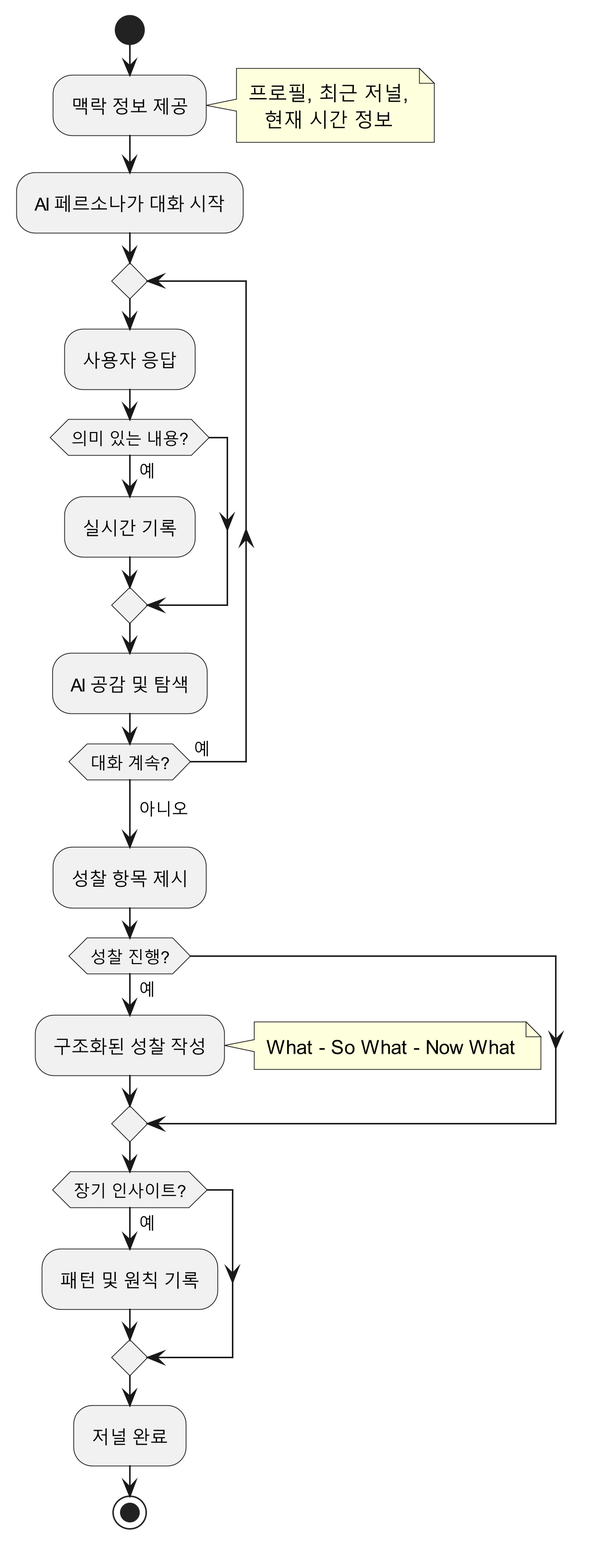
Earlier version of the PlantUML export docs/diagrams/out/journal-activity-diagram/journal-activity-diagram.png (hoetaek/reflective-conversational-journal). Its diagram source:
```plantuml
@startuml
skinparam defaultTextAlignment center
skinparam dpi 300
skinparam padding 2

start

:맥락 정보 제공;
note right
  프로필, 최근 저널,
  현재 시간 정보
end note

:AI 페르소나가 대화 시작;

repeat
  :사용자 응답;

  if (의미 있는 내용?) then (예)
    :실시간 기록;
  endif

  :AI 공감 및 탐색;

repeat while (대화 계속?) is (예)
->아니오;

:성찰 항목 제시;

if (성찰 진행?) then (예)
  :구조화된 성찰 작성;
  note right
    What - So What - Now What
  end note
endif

if (장기 인사이트?) then (예)
  :패턴 및 원칙 기록;
endif

:저널 완료;

stop

@enduml
```
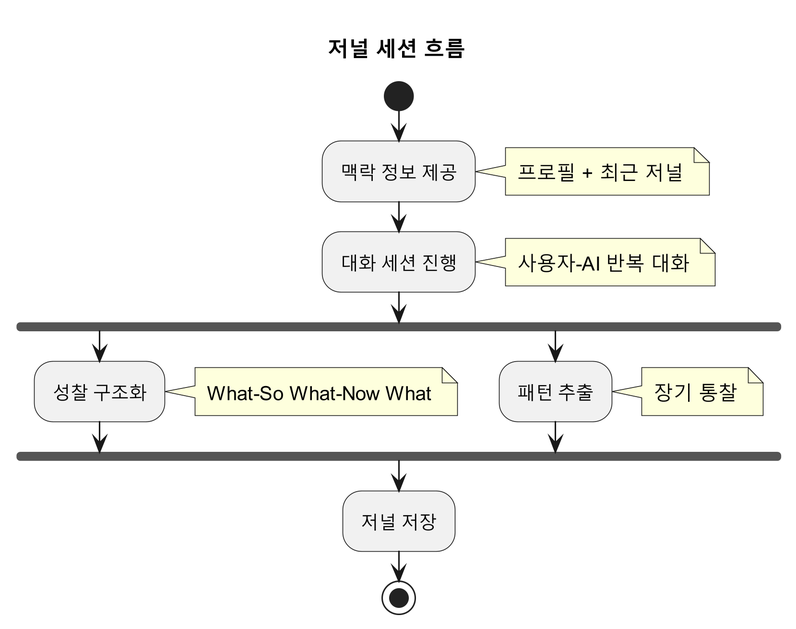
The same file after the commit.

Commit message:
refactor: Update journal activity diagram for improved clarity and flow

Diff of the diagram source:
```diff
@@ -1,44 +1,36 @@
-@startuml
+@startuml journal-activity-diagram
+
 skinparam defaultTextAlignment center
 skinparam dpi 300
 skinparam padding 2
+
+title 저널 세션 흐름
 
 start
 
 :맥락 정보 제공;
 note right
-  프로필, 최근 저널,
-  현재 시간 정보
+  프로필 + 최근 저널
 end note
 
-:AI 페르소나가 대화 시작;
+:대화 세션 진행;
+note right
+  사용자-AI 반복 대화
+end note
 
-repeat
-  :사용자 응답;
+fork
+  :성찰 구조화;
+  note right
+    What-So What-Now What
+  end note
+fork again
+  :패턴 추출;
+  note right
+    장기 통찰
+  end note
+end fork
 
-  if (의미 있는 내용?) then (예)
-    :실시간 기록;
-  endif
-
-  :AI 공감 및 탐색;
-
-repeat while (대화 계속?) is (예)
-->아니오;
-
-:성찰 항목 제시;
-
-if (성찰 진행?) then (예)
-  :구조화된 성찰 작성;
-  note right
-    What - So What - Now What
-  end note
-endif
-
-if (장기 인사이트?) then (예)
-  :패턴 및 원칙 기록;
-endif
-
-:저널 완료;
+:저널 저장;
 
 stop
 
```
